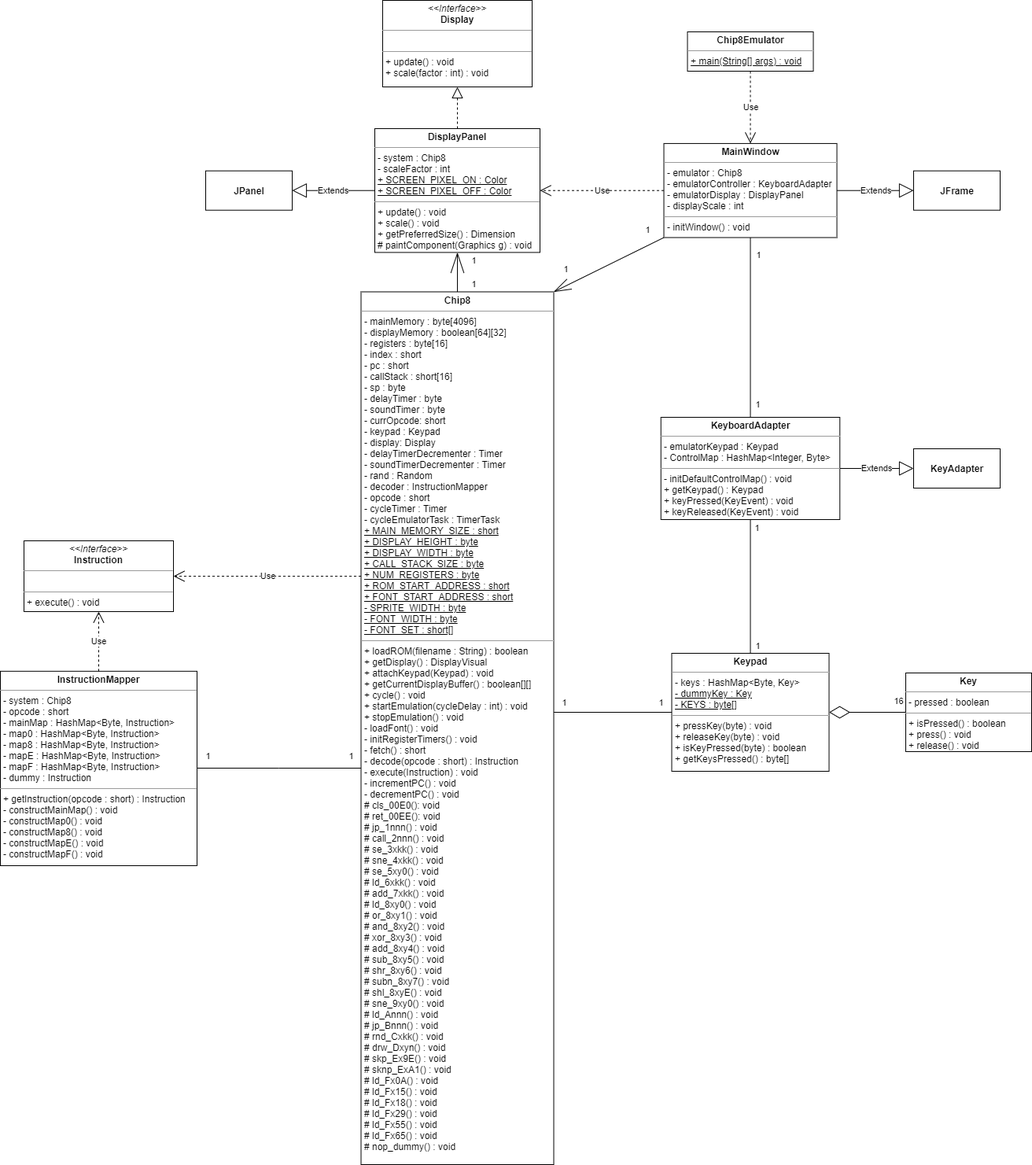
Earlier version of the draw.io export diagrams/ClassDiagram.png (Pokepeople02/Chip8). Source tidied: cells renumbered, new cells last; positions are measured from the earlier drawing's top-left corner, leaving out a move shared by most shapes.
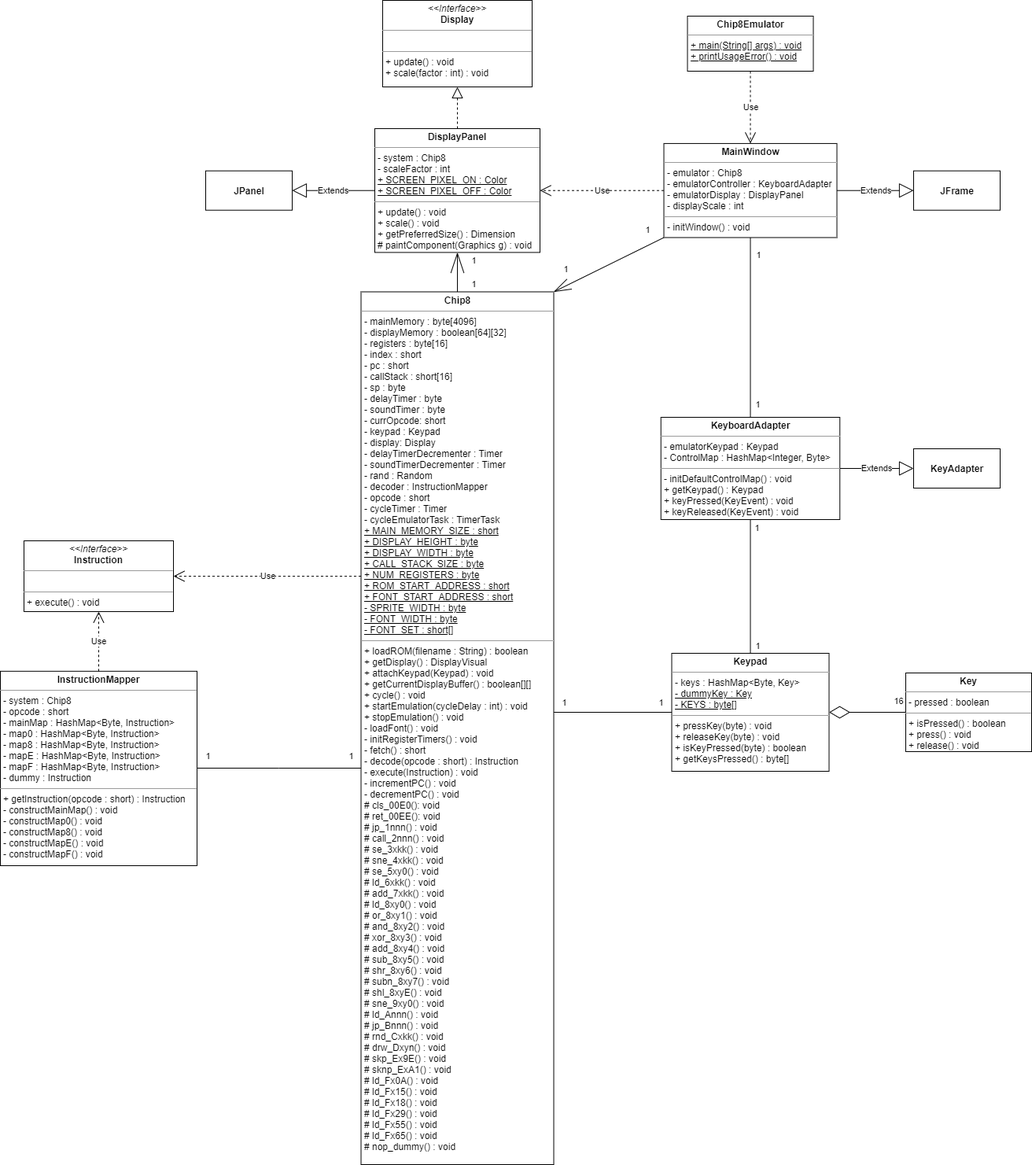
After the change.

Commit message:
Updated Class Diagram

Change to the diagram source:
```diff
@@ -91,8 +91,8 @@
         <mxPoint x="17" y="-5.4" as="offset" />
       </mxGeometry>
     </mxCell>
-    <mxCell id="25" value="&lt;p style=&quot;margin: 0px ; margin-top: 4px ; text-align: center&quot;&gt;&lt;b&gt;Chip8Emulator&lt;/b&gt;&lt;/p&gt;&lt;hr size=&quot;1&quot;&gt;&lt;p style=&quot;margin: 0px ; margin-left: 4px&quot;&gt;&lt;u&gt;+ main(String[] args) : void&lt;/u&gt;&lt;/p&gt;" style="verticalAlign=top;align=left;overflow=fill;fontSize=12;fontFamily=Helvetica;html=1;" parent="1" vertex="1">
-      <mxGeometry x="873.5" y="40" width="160" height="50" as="geometry" />
+    <mxCell id="25" value="&lt;p style=&quot;margin: 0px ; margin-top: 4px ; text-align: center&quot;&gt;&lt;b&gt;Chip8Emulator&lt;/b&gt;&lt;/p&gt;&lt;hr size=&quot;1&quot;&gt;&lt;p style=&quot;margin: 0px ; margin-left: 4px&quot;&gt;&lt;u&gt;+ main(String[] args) : void&lt;/u&gt;&lt;/p&gt;&lt;p style=&quot;margin: 0px ; margin-left: 4px&quot;&gt;&lt;u&gt;+ printUsageError() : void&lt;/u&gt;&lt;/p&gt;" style="verticalAlign=top;align=left;overflow=fill;fontSize=12;fontFamily=Helvetica;html=1;" parent="1" vertex="1">
+      <mxGeometry x="873.5" y="20" width="160" height="70" as="geometry" />
     </mxCell>
     <mxCell id="26" value="Use" style="endArrow=open;endSize=12;dashed=1;html=1;" parent="1" edge="1" source="25" target="19">
       <mxGeometry relative="1" as="geometry" />
```
